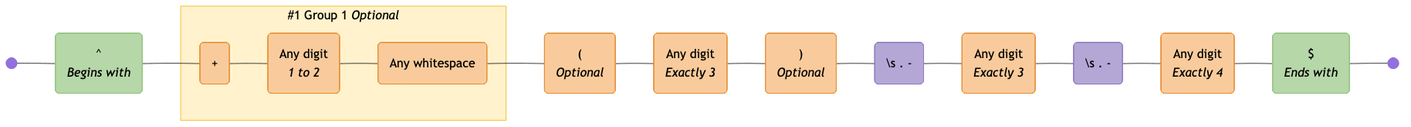
This is diagrams/phone-number.mermaid-diagram.png from tayles/regex-to-mermaid, a Mermaid export, as it was before one commit. Its source is kept beside it as diagrams/phone-number.mermaid. Source of this version:
```mermaid
graph LR
  accTitle: "Regex: ^(\\+\\d{1,2}\\s)?\\(?\\d{3}\\)?[\\s.-]\\d{3}[\\s.-]\\d{4}$"
  accDescr: "Generated with regex-to-mermaid@1.0.4"

  start@{ shape: f-circ };
  fin@{ shape: f-circ };
  assertion_1("^<br><i>Begins with</i>"):::assertion;
  literal_1("+"):::literal;
  literal_2("Any digit<br><i>1 to 2</i>"):::literal;
  literal_3("Any whitespace"):::literal;
  literal_4("(<br><i>Optional</i>"):::literal;
  literal_5("Any digit<br><i>Exactly 3</i>"):::literal;
  literal_6(")<br><i>Optional</i>"):::literal;
  char_class_1("\s . -"):::char-class;
  literal_7("Any digit<br><i>Exactly 3</i>"):::literal;
  char_class_2("\s . -"):::char-class;
  literal_8("Any digit<br><i>Exactly 4</i>"):::literal;
  assertion_2("$<br><i>Ends with</i>"):::assertion;

  subgraph standard_1 ["#1 Group 1 <i>Optional</i>"]
    literal_1
    literal_2
    literal_3
  end

  start --- assertion_1;
  assertion_1 --- literal_1;
  literal_1 --- literal_2;
  literal_2 --- literal_3;
  literal_3 --- literal_4;
  literal_4 --- literal_5;
  literal_5 --- literal_6;
  literal_6 --- char_class_1;
  char_class_1 --- literal_7;
  literal_7 --- char_class_2;
  char_class_2 --- literal_8;
  literal_8 --- assertion_2;
  assertion_2 --- fin;

  classDef assertion fill:#B6D7A8,stroke:#93C47D,color:#000000;
  classDef literal fill:#F9CB9C,stroke:#E69138,color:#000000;
  classDef char-class fill:#B4A7D6,stroke:#8E7CC3,color:#000000;

  classDef standard fill:#FFF2CC,stroke:#F1C232,color:#000000;

  class standard_1 standard;
```
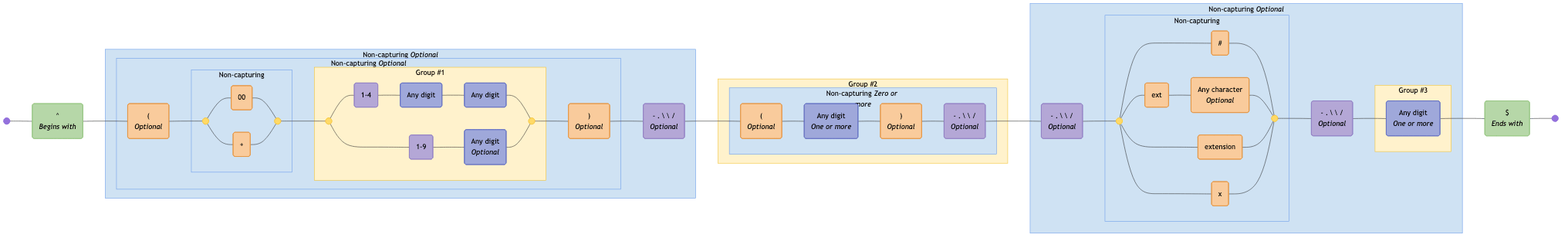
The same file after the commit.

What changed in the source:
```diff
@@ -1,46 +1,148 @@
 graph LR
-  accTitle: "Regex: ^(\\+\\d{1,2}\\s)?\\(?\\d{3}\\)?[\\s.-]\\d{3}[\\s.-]\\d{4}$"
-  accDescr: "Generated with regex-to-mermaid@1.0.4"
+  accTitle: "Regex: ^(?:(?:\\(?(?:00|\\+)([1-4]\\d\\d|[1-9]\\d?)\\)?)?[\\-\\.\\ \\\\\\/]?)?((?:\\(?\\d{1,}\\)?[\\-\\.\\ \\\\\\/]?){0,})(?:[\\-\\.\\ \\\\\\/]?(?:#|ext\\.?|extension|x)[\\-\\.\\ \\\\\\/]?(\\d+))?$"
+  accDescr: "Generated with regex-to-mermaid@2.0.0"
 
   start@{ shape: f-circ };
   fin@{ shape: f-circ };
   assertion_1("^<br><i>Begins with</i>"):::assertion;
-  literal_1("+"):::literal;
-  literal_2("Any digit<br><i>1 to 2</i>"):::literal;
-  literal_3("Any whitespace"):::literal;
-  literal_4("(<br><i>Optional</i>"):::literal;
-  literal_5("Any digit<br><i>Exactly 3</i>"):::literal;
-  literal_6(")<br><i>Optional</i>"):::literal;
-  char_class_1("\s . -"):::char-class;
-  literal_7("Any digit<br><i>Exactly 3</i>"):::literal;
-  char_class_2("\s . -"):::char-class;
-  literal_8("Any digit<br><i>Exactly 4</i>"):::literal;
+  literal_1("\(<br><i>Optional</i>"):::literal;
+  disjunction_begin_1:::disjunction@{ shape: f-circ };
+  disjunction_end_1:::disjunction@{ shape: f-circ };
+  literal_2("00"):::literal;
+  literal_3("\+"):::literal;
+  disjunction_begin_2:::disjunction@{ shape: f-circ };
+  disjunction_end_2:::disjunction@{ shape: f-circ };
+  char_class_1("1-4"):::char-class;
+  char_set_1("Any digit"):::char-set;
+  char_set_2("Any digit"):::char-set;
+  char_class_2("1-9"):::char-class;
+  char_set_3("Any digit<br><i>Optional</i>"):::char-set;
+  literal_4("\)<br><i>Optional</i>"):::literal;
+  char_class_3("\- \. \  \\ \/<br><i>Optional</i>"):::char-class;
+  literal_5("\(<br><i>Optional</i>"):::literal;
+  char_set_4("Any digit<br><i>One or more</i>"):::char-set;
+  literal_6("\)<br><i>Optional</i>"):::literal;
+  char_class_4("\- \. \  \\ \/<br><i>Optional</i>"):::char-class;
+  char_class_5("\- \. \  \\ \/<br><i>Optional</i>"):::char-class;
+  disjunction_begin_3:::disjunction@{ shape: f-circ };
+  disjunction_end_3:::disjunction@{ shape: f-circ };
+  literal_7("#"):::literal;
+  literal_8("ext"):::literal;
+  literal_9("Any character<br><i>Optional</i>"):::literal;
+  literal_10("extension"):::literal;
+  literal_11("x"):::literal;
+  char_class_6("\- \. \  \\ \/<br><i>Optional</i>"):::char-class;
+  char_set_5("Any digit<br><i>One or more</i>"):::char-set;
   assertion_2("$<br><i>Ends with</i>"):::assertion;
 
-  subgraph standard_1 ["#1 Group 1 <i>Optional</i>"]
-    literal_1
+  subgraph non_capturing_3 ["Non-capturing"]
+    disjunction_begin_1
+    disjunction_end_1
     literal_2
     literal_3
   end
 
+  subgraph standard_1 ["Group #1"]
+    disjunction_begin_2
+    disjunction_end_2
+    char_class_1
+    char_set_1
+    char_set_2
+    char_class_2
+    char_set_3
+  end
+
+  subgraph non_capturing_2 ["Non-capturing <i>Optional</i>"]
+    non_capturing_3
+    standard_1
+    literal_1
+    literal_4
+  end
+
+  subgraph non_capturing_1 ["Non-capturing <i>Optional</i>"]
+    non_capturing_3
+    standard_1
+    non_capturing_2
+    char_class_3
+  end
+
+  subgraph non_capturing_4 ["Non-capturing <i>Zero or more</i>"]
+    literal_5
+    char_set_4
+    literal_6
+    char_class_4
+  end
+
+  subgraph standard_2 ["Group #2"]
+    non_capturing_4
+  end
+
+  subgraph non_capturing_6 ["Non-capturing"]
+    disjunction_begin_3
+    disjunction_end_3
+    literal_7
+    literal_8
+    literal_9
+    literal_10
+    literal_11
+  end
+
+  subgraph standard_3 ["Group #3"]
+    char_set_5
+  end
+
+  subgraph non_capturing_5 ["Non-capturing <i>Optional</i>"]
+    non_capturing_6
+    standard_3
+    char_class_5
+    char_class_6
+  end
+
   start --- assertion_1;
   assertion_1 --- literal_1;
-  literal_1 --- literal_2;
-  literal_2 --- literal_3;
-  literal_3 --- literal_4;
-  literal_4 --- literal_5;
-  literal_5 --- literal_6;
-  literal_6 --- char_class_1;
-  char_class_1 --- literal_7;
-  literal_7 --- char_class_2;
-  char_class_2 --- literal_8;
-  literal_8 --- assertion_2;
+  literal_1 --- disjunction_begin_1;
+  disjunction_begin_1 --- literal_2;
+  literal_2 --- disjunction_end_1;
+  disjunction_begin_1 --- literal_3;
+  literal_3 --- disjunction_end_1;
+  disjunction_end_1 --- disjunction_begin_2;
+  disjunction_begin_2 --- char_class_1;
+  char_class_1 --- char_set_1;
+  char_set_1 --- char_set_2;
+  char_set_2 --- disjunction_end_2;
+  disjunction_begin_2 --- char_class_2;
+  char_class_2 --- char_set_3;
+  char_set_3 --- disjunction_end_2;
+  disjunction_end_2 --- literal_4;
+  literal_4 --- char_class_3;
+  char_class_3 --- literal_5;
+  literal_5 --- char_set_4;
+  char_set_4 --- literal_6;
+  literal_6 --- char_class_4;
+  char_class_4 --- char_class_5;
+  char_class_5 --- disjunction_begin_3;
+  disjunction_begin_3 --- literal_7;
+  literal_7 --- disjunction_end_3;
+  disjunction_begin_3 --- literal_8;
+  literal_8 --- literal_9;
+  literal_9 --- disjunction_end_3;
+  disjunction_begin_3 --- literal_10;
+  literal_10 --- disjunction_end_3;
+  disjunction_begin_3 --- literal_11;
+  literal_11 --- disjunction_end_3;
+  disjunction_end_3 --- char_class_6;
+  char_class_6 --- char_set_5;
+  char_set_5 --- assertion_2;
   assertion_2 --- fin;
 
   classDef assertion fill:#B6D7A8,stroke:#93C47D,color:#000000;
   classDef literal fill:#F9CB9C,stroke:#E69138,color:#000000;
+  classDef disjunction fill:#FFD966,stroke:#F1C232,color:#000000;
   classDef char-class fill:#B4A7D6,stroke:#8E7CC3,color:#000000;
+  classDef char-set fill:#9FA8DA,stroke:#5C6BC0,color:#000000;
 
+  classDef non-capturing fill:#CFE2F3,stroke:#6D9EEB,color:#000000;
   classDef standard fill:#FFF2CC,stroke:#F1C232,color:#000000;
 
-  class standard_1 standard;
+  class non_capturing_3,non_capturing_2,non_capturing_1,non_capturing_4,non_capturing_6,non_capturing_5 non-capturing;
+  class standard_1,standard_2,standard_3 standard;
```
